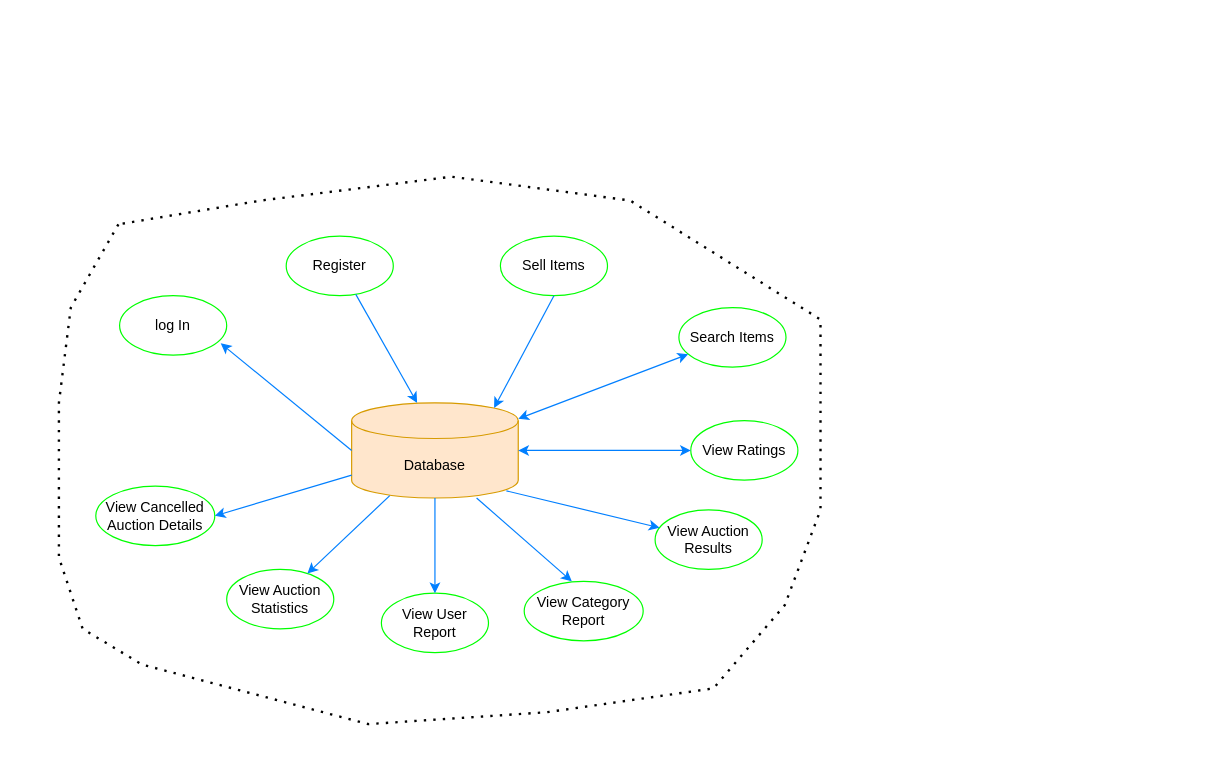
Before: IFD_BuzzBid.drawio in jobanyv9/6400_DatbaseDesign, a draw.io diagram. Source tidied: cells renumbered, new cells numbered last; positions are measured from the earlier drawing's top-left corner, leaving out a move shared by most shapes. Both pictures are drawn from the tidied source at 119%, with x=0, y=0 at pixel (58, 176).
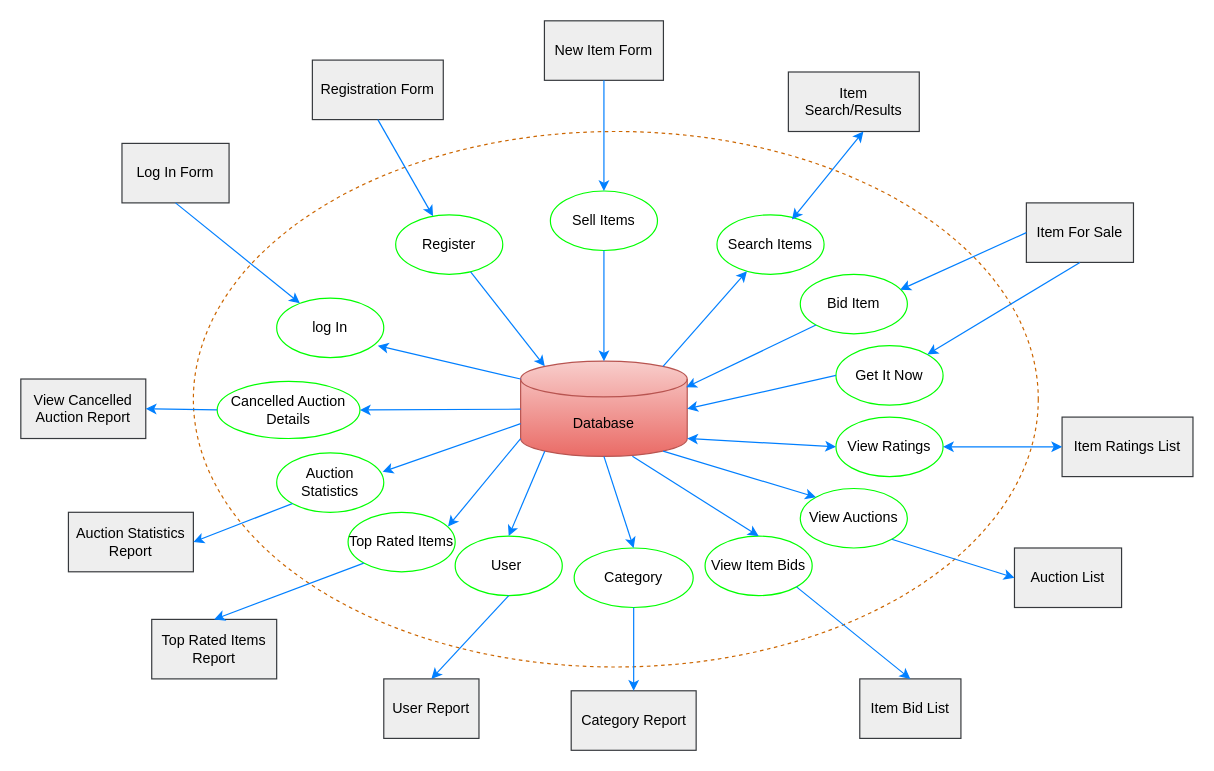
The same page after the edit.

Diff of the diagram source:
```diff
@@
-<mxGraphModel>
+<mxGraphModel background="#ffffff">
@@
+    <mxCell id="24" style="ellipse;whiteSpace=wrap;html=1;fillStyle=hatch;shadow=0;dashed=1;strokeColor=#CC6600;fillColor=none;backgroundOutline=0;" parent="1" vertex="1">
+      <mxGeometry x="113" y="-38" width="710" height="450" as="geometry" />
+    </mxCell>
-    <mxCell id="2" value="Database" style="shape=cylinder3;whiteSpace=wrap;html=1;boundedLbl=1;backgroundOutline=1;size=15;fillColor=#ffe6cc;strokeColor=#d79b00;gradientColor=none;" parent="1" vertex="1">
-      <mxGeometry x="246" y="190" width="140" height="80" as="geometry" />
+    <mxCell id="2" value="Database" style="shape=cylinder3;whiteSpace=wrap;html=1;boundedLbl=1;backgroundOutline=1;size=15;fillColor=#f8cecc;strokeColor=#b85450;gradientColor=#ea6b66;" parent="1" vertex="1">
+      <mxGeometry x="388" y="155" width="140" height="80" as="geometry" />
     </mxCell>
     <mxCell id="3" value="log In" style="ellipse;whiteSpace=wrap;html=1;strokeColor=#00FF00;" parent="1" vertex="1">
-      <mxGeometry x="51" y="100" width="90" height="50" as="geometry" />
+      <mxGeometry x="183" y="102" width="90" height="50" as="geometry" />
     </mxCell>
-    <mxCell id="4" style="endArrow=classic;html=1;rounded=0;entryX=0.944;entryY=0.8;entryDx=0;entryDy=0;entryPerimeter=0;exitX=0;exitY=0.5;exitDx=0;exitDy=0;exitPerimeter=0;curved=0;strokeColor=#007FFF;" parent="1" edge="1" source="2" target="3">
+    <mxCell id="4" style="endArrow=classic;html=1;rounded=0;entryX=0.944;entryY=0.8;entryDx=0;entryDy=0;entryPerimeter=0;exitX=0;exitY=0;exitDx=0;exitDy=15;exitPerimeter=0;curved=0;strokeColor=#007FFF;" parent="1" edge="1" source="2" target="3">
       <mxGeometry relative="1" as="geometry" />
     </mxCell>
     <mxCell id="5" value="Register" style="ellipse;whiteSpace=wrap;html=1;strokeColor=#00FF00;" parent="1" vertex="1">
-      <mxGeometry x="191" y="50" width="90" height="50" as="geometry" />
+      <mxGeometry x="283" y="32" width="90" height="50" as="geometry" />
     </mxCell>
     <mxCell id="6" value="Sell Items" style="ellipse;whiteSpace=wrap;html=1;strokeColor=#00FF00;" parent="1" vertex="1">
-      <mxGeometry x="371" y="50" width="90" height="50" as="geometry" />
+      <mxGeometry x="413" y="12" width="90" height="50" as="geometry" />
     </mxCell>
     <mxCell id="7" value="Search Items" style="ellipse;whiteSpace=wrap;html=1;strokeColor=#00FF00;" parent="1" vertex="1">
-      <mxGeometry x="521" y="110" width="90" height="50" as="geometry" />
+      <mxGeometry x="553" y="32" width="90" height="50" as="geometry" />
     </mxCell>
     <mxCell id="8" value="View Ratings" style="ellipse;whiteSpace=wrap;html=1;strokeColor=#00FF00;" parent="1" vertex="1">
-      <mxGeometry x="531" y="205" width="90" height="50" as="geometry" />
+      <mxGeometry x="653" y="202" width="90" height="50" as="geometry" />
     </mxCell>
-    <mxCell id="9" value="View Auction &lt;br&gt;Results" style="ellipse;whiteSpace=wrap;html=1;strokeColor=#00FF00;" parent="1" vertex="1">
-      <mxGeometry x="501" y="280" width="90" height="50" as="geometry" />
+    <mxCell id="9" value="View Auctions" style="ellipse;whiteSpace=wrap;html=1;strokeColor=#00FF00;" parent="1" vertex="1">
+      <mxGeometry x="623" y="262" width="90" height="50" as="geometry" />
     </mxCell>
-    <mxCell id="10" value="View Category Report" style="ellipse;whiteSpace=wrap;html=1;strokeColor=#00FF00;" parent="1" vertex="1">
-      <mxGeometry x="391" y="340" width="100" height="50" as="geometry" />
+    <mxCell id="10" value="Category" style="ellipse;whiteSpace=wrap;html=1;strokeColor=#00FF00;" parent="1" vertex="1">
+      <mxGeometry x="433" y="312" width="100" height="50" as="geometry" />
     </mxCell>
-    <mxCell id="11" value="View User Report" style="ellipse;whiteSpace=wrap;html=1;strokeColor=#00FF00;" parent="1" vertex="1">
-      <mxGeometry x="271" y="350" width="90" height="50" as="geometry" />
+    <mxCell id="11" value="User&amp;nbsp;" style="ellipse;whiteSpace=wrap;html=1;strokeColor=#00FF00;" parent="1" vertex="1">
+      <mxGeometry x="333" y="302" width="90" height="50" as="geometry" />
     </mxCell>
-    <mxCell id="12" value="View Auction Statistics" style="ellipse;whiteSpace=wrap;html=1;strokeColor=#00FF00;" parent="1" vertex="1">
-      <mxGeometry x="141" y="330" width="90" height="50" as="geometry" />
+    <mxCell id="12" value="Top Rated Items" style="ellipse;whiteSpace=wrap;html=1;strokeColor=#00FF00;" parent="1" vertex="1">
+      <mxGeometry x="243" y="282" width="90" height="50" as="geometry" />
     </mxCell>
-    <mxCell id="13" value="View Cancelled Auction Details" style="ellipse;whiteSpace=wrap;html=1;strokeColor=#00FF00;" parent="1" vertex="1">
-      <mxGeometry x="31" y="260" width="100" height="50" as="geometry" />
+    <mxCell id="13" value="Cancelled Auction Details" style="ellipse;whiteSpace=wrap;html=1;strokeColor=#00FF00;" parent="1" vertex="1">
+      <mxGeometry x="133" y="172" width="120" height="48" as="geometry" />
     </mxCell>
-    <mxCell id="14" style="endArrow=classic;html=1;rounded=0;strokeColor=#007FFF;entryX=0.35;entryY=-0.062;entryDx=0;entryDy=0;entryPerimeter=0;" parent="1" edge="1" source="5">
-      <mxGeometry relative="1" as="geometry">
-        <mxPoint x="301" y="190" as="targetPoint" />
-      </mxGeometry>
+    <mxCell id="14" style="endArrow=classic;html=1;rounded=0;strokeColor=#007FFF;entryX=0.145;entryY=0;entryDx=0;entryDy=4.35;entryPerimeter=0;" parent="1" edge="1" source="5" target="2">
+      <mxGeometry relative="1" as="geometry" />
     </mxCell>
-    <mxCell id="15" style="endArrow=classic;html=1;rounded=0;exitX=0.5;exitY=1;exitDx=0;exitDy=0;curved=0;strokeColor=#007FFF;entryX=0.855;entryY=0;entryDx=0;entryDy=4.35;entryPerimeter=0;" parent="1" edge="1" source="6" target="2">
+    <mxCell id="15" style="endArrow=classic;html=1;rounded=0;exitX=0.5;exitY=1;exitDx=0;exitDy=0;curved=0;strokeColor=#007FFF;entryX=0.5;entryY=0;entryDx=0;entryDy=0;entryPerimeter=0;" parent="1" edge="1" source="6" target="2">
       <mxGeometry relative="1" as="geometry" />
     </mxCell>
-    <mxCell id="16" style="endArrow=classic;startArrow=classic;html=1;rounded=0;strokeColor=#007FFF;" parent="1" edge="1" source="2" target="7">
-      <mxGeometry relative="1" as="geometry" />
-    </mxCell>
-    <mxCell id="17" style="endArrow=classic;startArrow=classic;html=1;rounded=0;strokeColor=#007FFF;" parent="1" edge="1" source="2" target="8">
-      <mxGeometry relative="1" as="geometry" />
-    </mxCell>
-    <mxCell id="18" style="endArrow=classic;html=1;rounded=0;exitX=0.929;exitY=0.925;exitDx=0;exitDy=0;exitPerimeter=0;strokeColor=#007FFF;" parent="1" edge="1" source="2" target="9">
+    <mxCell id="18" style="endArrow=classic;html=1;rounded=0;exitX=0.855;exitY=1;exitDx=0;exitDy=-4.35;exitPerimeter=0;strokeColor=#007FFF;entryX=0;entryY=0;entryDx=0;entryDy=0;" parent="1" edge="1" source="2" target="9">
       <mxGeometry relative="1" as="geometry" />
     </mxCell>
-    <mxCell id="19" style="endArrow=classic;html=1;rounded=0;exitX=0.75;exitY=1;exitDx=0;exitDy=0;exitPerimeter=0;strokeColor=#007FFF;entryX=0.4;entryY=0;entryDx=0;entryDy=0;entryPerimeter=0;" parent="1" edge="1" source="2" target="10">
+    <mxCell id="19" style="endArrow=classic;html=1;rounded=0;exitX=0.5;exitY=1;exitDx=0;exitDy=0;exitPerimeter=0;strokeColor=#007FFF;entryX=0.5;entryY=0;entryDx=0;entryDy=0;" parent="1" edge="1" source="2" target="10">
       <mxGeometry relative="1" as="geometry" />
     </mxCell>
-    <mxCell id="20" style="endArrow=classic;html=1;rounded=0;strokeColor=#007FFF;entryX=0.5;entryY=0;entryDx=0;entryDy=0;" parent="1" edge="1" source="2" target="11">
+    <mxCell id="20" style="endArrow=classic;html=1;rounded=0;strokeColor=#007FFF;entryX=0.5;entryY=0;entryDx=0;entryDy=0;exitX=0.145;exitY=1;exitDx=0;exitDy=-4.35;exitPerimeter=0;" parent="1" edge="1" source="2" target="11">
       <mxGeometry relative="1" as="geometry" />
     </mxCell>
+    <mxCell id="22" style="endArrow=classic;html=1;rounded=0;strokeColor=#007FFF;entryX=1;entryY=0.5;entryDx=0;entryDy=0;" parent="1" edge="1" source="2" target="13">
+      <mxGeometry relative="1" as="geometry" />
+    </mxCell>
+    <mxCell id="25" value="Log In Form" style="rounded=0;whiteSpace=wrap;html=1;fillColor=#eeeeee;strokeColor=#36393d;" parent="1" vertex="1">
+      <mxGeometry x="53" y="-28" width="90" height="50" as="geometry" />
+    </mxCell>
+    <mxCell id="26" style="endArrow=classic;html=1;rounded=0;exitX=0.5;exitY=1;exitDx=0;exitDy=0;strokeColor=#007FFF;" parent="1" edge="1" source="25" target="3">
+      <mxGeometry relative="1" as="geometry" />
+    </mxCell>
+    <mxCell id="27" value="Registration Form" style="rounded=0;whiteSpace=wrap;html=1;fillColor=#eeeeee;strokeColor=#36393d;" parent="1" vertex="1">
+      <mxGeometry x="213" y="-98" width="110" height="50" as="geometry" />
+    </mxCell>
+    <mxCell id="28" style="endArrow=classic;html=1;rounded=0;exitX=0.5;exitY=1;exitDx=0;exitDy=0;strokeColor=#007FFF;" parent="1" edge="1" source="27" target="5">
+      <mxGeometry relative="1" as="geometry" />
+    </mxCell>
+    <mxCell id="29" value="New Item Form" style="rounded=0;whiteSpace=wrap;html=1;fillColor=#eeeeee;strokeColor=#36393d;" parent="1" vertex="1">
+      <mxGeometry x="408" y="-131" width="100" height="50" as="geometry" />
+    </mxCell>
+    <mxCell id="30" style="endArrow=classic;html=1;rounded=0;exitX=0.5;exitY=1;exitDx=0;exitDy=0;strokeColor=#007FFF;entryX=0.5;entryY=0;entryDx=0;entryDy=0;" parent="1" edge="1" source="29" target="6">
+      <mxGeometry relative="1" as="geometry" />
+    </mxCell>
+    <mxCell id="31" value="Item Search/Results" style="rounded=0;whiteSpace=wrap;html=1;fillColor=#eeeeee;strokeColor=#36393d;" parent="1" vertex="1">
+      <mxGeometry x="613" y="-88" width="110" height="50" as="geometry" />
+    </mxCell>
+    <mxCell id="32" value="Item For Sale" style="rounded=0;whiteSpace=wrap;html=1;fillColor=#eeeeee;strokeColor=#36393d;" parent="1" vertex="1">
+      <mxGeometry x="813" y="22" width="90" height="50" as="geometry" />
+    </mxCell>
+    <mxCell id="16" style="endArrow=classic;html=1;rounded=0;exitX=0.855;exitY=0;exitDx=0;exitDy=4.35;exitPerimeter=0;curved=0;strokeColor=#007FFF;" parent="1" edge="1" source="2" target="7">
+      <mxGeometry relative="1" as="geometry" />
+    </mxCell>
+    <mxCell id="33" style="endArrow=classic;startArrow=classic;html=1;rounded=0;entryX=0.573;entryY=1;entryDx=0;entryDy=0;entryPerimeter=0;exitX=0.7;exitY=0.08;exitDx=0;exitDy=0;exitPerimeter=0;strokeColor=#007FFF;" parent="1" edge="1" source="7" target="31">
+      <mxGeometry relative="1" as="geometry" />
+    </mxCell>
+    <mxCell id="34" value="Bid Item" style="ellipse;whiteSpace=wrap;html=1;strokeColor=#00FF00;" parent="1" vertex="1">
+      <mxGeometry x="623" y="82" width="90" height="50" as="geometry" />
+    </mxCell>
-    <mxCell id="21" style="endArrow=classic;html=1;rounded=0;strokeColor=#007FFF;exitX=0.229;exitY=0.975;exitDx=0;exitDy=0;exitPerimeter=0;" parent="1" edge="1" source="2" target="12">
+    <mxCell id="21" style="endArrow=classic;html=1;rounded=0;strokeColor=#007FFF;entryX=0.933;entryY=0.24;entryDx=0;entryDy=0;entryPerimeter=0;exitX=0;exitY=1;exitDx=0;exitDy=-15;exitPerimeter=0;" parent="1" edge="1" source="2" target="12">
       <mxGeometry relative="1" as="geometry" />
     </mxCell>
-    <mxCell id="22" style="endArrow=classic;html=1;rounded=0;strokeColor=#007FFF;entryX=1;entryY=0.5;entryDx=0;entryDy=0;" parent="1" edge="1" source="2" target="13">
-      <mxGeometry relative="1" as="geometry" />
-    </mxCell>
-    <mxCell id="23" style="endArrow=none;dashed=1;html=1;dashPattern=1 3;strokeWidth=2;rounded=0;" parent="1" edge="1">
-      <mxGeometry relative="1" as="geometry">
-        <mxPoint x="50" y="40" as="sourcePoint" />
-        <mxPoint x="50" y="40" as="targetPoint" />
-        <Array as="points">
-          <mxPoint x="10" y="110" />
-          <mxPoint y="190" />
-          <mxPoint y="320" />
-          <mxPoint x="20" y="380" />
-          <mxPoint x="70" y="410" />
-          <mxPoint x="260" y="460" />
-          <mxPoint x="410" y="450" />
-          <mxPoint x="550" y="430" />
-          <mxPoint x="610" y="360" />
-          <mxPoint x="640" y="280" />
-          <mxPoint x="640" y="120" />
-          <mxPoint x="480" y="20" />
-          <mxPoint x="330" />
-          <mxPoint x="170" y="20" />
-        </Array>
-      </mxGeometry>
-    </mxCell>
+    <mxCell id="17" style="endArrow=classic;startArrow=classic;html=1;rounded=0;exitX=1;exitY=1;exitDx=0;exitDy=-15;exitPerimeter=0;entryX=0;entryY=0.5;entryDx=0;entryDy=0;strokeColor=#007FFF;" parent="1" edge="1" source="2" target="8">
+      <mxGeometry relative="1" as="geometry" />
+    </mxCell>
+    <mxCell id="35" value="Get It Now" style="ellipse;whiteSpace=wrap;html=1;strokeColor=#00FF00;" parent="1" vertex="1">
+      <mxGeometry x="653" y="142" width="90" height="50" as="geometry" />
+    </mxCell>
+    <mxCell id="36" style="endArrow=classic;html=1;rounded=0;entryX=0.933;entryY=0.26;entryDx=0;entryDy=0;entryPerimeter=0;exitX=0;exitY=0.5;exitDx=0;exitDy=0;strokeColor=#007FFF;" parent="1" edge="1" source="32" target="34">
+      <mxGeometry relative="1" as="geometry" />
+    </mxCell>
+    <mxCell id="37" style="endArrow=classic;html=1;rounded=0;entryX=0.993;entryY=0.275;entryDx=0;entryDy=0;entryPerimeter=0;exitX=0;exitY=1;exitDx=0;exitDy=0;strokeColor=#007FFF;" parent="1" edge="1" source="34" target="2">
+      <mxGeometry relative="1" as="geometry" />
+    </mxCell>
+    <mxCell id="38" style="endArrow=classic;html=1;rounded=0;entryX=1;entryY=0.5;entryDx=0;entryDy=0;entryPerimeter=0;exitX=0;exitY=0.5;exitDx=0;exitDy=0;strokeColor=#007FFF;" parent="1" edge="1" source="35" target="2">
+      <mxGeometry relative="1" as="geometry" />
+    </mxCell>
+    <mxCell id="39" style="endArrow=classic;html=1;rounded=0;entryX=1;entryY=0;entryDx=0;entryDy=0;exitX=0.5;exitY=1;exitDx=0;exitDy=0;strokeColor=#007FFF;" parent="1" edge="1" source="32" target="35">
+      <mxGeometry relative="1" as="geometry" />
+    </mxCell>
+    <mxCell id="40" value="Item Ratings List" style="rounded=0;whiteSpace=wrap;html=1;fillColor=#eeeeee;strokeColor=#36393d;" parent="1" vertex="1">
+      <mxGeometry x="843" y="202" width="110" height="50" as="geometry" />
+    </mxCell>
+    <mxCell id="41" style="endArrow=classic;startArrow=classic;html=1;rounded=0;entryX=0;entryY=0.5;entryDx=0;entryDy=0;exitX=1;exitY=0.5;exitDx=0;exitDy=0;strokeColor=#007FFF;" parent="1" edge="1" source="8" target="40">
+      <mxGeometry relative="1" as="geometry" />
+    </mxCell>
+    <mxCell id="42" value="Auction List" style="rounded=0;whiteSpace=wrap;html=1;fillColor=#eeeeee;strokeColor=#36393d;" parent="1" vertex="1">
+      <mxGeometry x="803" y="312" width="90" height="50" as="geometry" />
+    </mxCell>
+    <mxCell id="43" style="endArrow=classic;html=1;rounded=0;exitX=1;exitY=1;exitDx=0;exitDy=0;strokeColor=#007FFF;entryX=0;entryY=0.5;entryDx=0;entryDy=0;" parent="1" edge="1" source="9" target="42">
+      <mxGeometry relative="1" as="geometry" />
+    </mxCell>
+    <mxCell id="44" value="View Item Bids" style="ellipse;whiteSpace=wrap;html=1;strokeColor=#00FF00;" parent="1" vertex="1">
+      <mxGeometry x="543" y="302" width="90" height="50" as="geometry" />
+    </mxCell>
+    <mxCell id="45" value="Item Bid List" style="rounded=0;whiteSpace=wrap;html=1;fillColor=#eeeeee;strokeColor=#36393d;" parent="1" vertex="1">
+      <mxGeometry x="673" y="422" width="85" height="50" as="geometry" />
+    </mxCell>
+    <mxCell id="46" style="endArrow=classic;html=1;rounded=0;exitX=1;exitY=1;exitDx=0;exitDy=0;strokeColor=#007FFF;entryX=0.5;entryY=0;entryDx=0;entryDy=0;" parent="1" edge="1" source="44" target="45">
+      <mxGeometry relative="1" as="geometry" />
+    </mxCell>
+    <mxCell id="47" style="endArrow=classic;html=1;rounded=0;exitX=0.671;exitY=1;exitDx=0;exitDy=0;strokeColor=#007FFF;entryX=0.5;entryY=0;entryDx=0;entryDy=0;exitPerimeter=0;" parent="1" edge="1" source="2" target="44">
+      <mxGeometry relative="1" as="geometry" />
+    </mxCell>
+    <mxCell id="48" value="Category Report" style="rounded=0;whiteSpace=wrap;html=1;fillColor=#eeeeee;strokeColor=#36393d;" parent="1" vertex="1">
+      <mxGeometry x="430.5" y="432" width="105" height="50" as="geometry" />
+    </mxCell>
+    <mxCell id="49" style="endArrow=classic;html=1;rounded=0;exitX=0.5;exitY=1;exitDx=0;exitDy=0;strokeColor=#007FFF;entryX=0.5;entryY=0;entryDx=0;entryDy=0;" parent="1" edge="1" source="10" target="48">
+      <mxGeometry relative="1" as="geometry" />
+    </mxCell>
+    <mxCell id="50" value="User Report" style="rounded=0;whiteSpace=wrap;html=1;fillColor=#eeeeee;strokeColor=#36393d;" parent="1" vertex="1">
+      <mxGeometry x="273" y="422" width="80" height="50" as="geometry" />
+    </mxCell>
+    <mxCell id="51" style="endArrow=classic;html=1;rounded=0;exitX=0.5;exitY=1;exitDx=0;exitDy=0;strokeColor=#007FFF;entryX=0.5;entryY=0;entryDx=0;entryDy=0;" parent="1" edge="1" source="11" target="50">
+      <mxGeometry relative="1" as="geometry" />
+    </mxCell>
+    <mxCell id="52" value="Top Rated Items Report" style="rounded=0;whiteSpace=wrap;html=1;fillColor=#eeeeee;strokeColor=#36393d;" parent="1" vertex="1">
+      <mxGeometry x="78" y="372" width="105" height="50" as="geometry" />
+    </mxCell>
+    <mxCell id="53" style="endArrow=classic;html=1;rounded=0;exitX=0;exitY=1;exitDx=0;exitDy=0;strokeColor=#007FFF;entryX=0.5;entryY=0;entryDx=0;entryDy=0;" parent="1" edge="1" source="12" target="52">
+      <mxGeometry relative="1" as="geometry" />
+    </mxCell>
+    <mxCell id="54" value="Auction Statistics" style="ellipse;whiteSpace=wrap;html=1;strokeColor=#00FF00;" parent="1" vertex="1">
+      <mxGeometry x="183" y="232" width="90" height="50" as="geometry" />
+    </mxCell>
+    <mxCell id="55" style="endArrow=classic;html=1;rounded=0;strokeColor=#007FFF;entryX=0.989;entryY=0.32;entryDx=0;entryDy=0;entryPerimeter=0;exitX=0;exitY=0;exitDx=0;exitDy=52.5;exitPerimeter=0;" parent="1" edge="1" source="2" target="54">
+      <mxGeometry relative="1" as="geometry" />
+    </mxCell>
+    <mxCell id="56" value="Auction Statistics Report" style="rounded=0;whiteSpace=wrap;html=1;fillColor=#eeeeee;strokeColor=#36393d;" parent="1" vertex="1">
+      <mxGeometry x="8" y="282" width="105" height="50" as="geometry" />
+    </mxCell>
+    <mxCell id="57" style="endArrow=classic;html=1;rounded=0;exitX=0;exitY=1;exitDx=0;exitDy=0;strokeColor=#007FFF;entryX=1;entryY=0.5;entryDx=0;entryDy=0;" parent="1" edge="1" source="54" target="56">
+      <mxGeometry relative="1" as="geometry" />
+    </mxCell>
+    <mxCell id="58" value="View Cancelled Auction Report" style="rounded=0;whiteSpace=wrap;html=1;fillColor=#eeeeee;strokeColor=#36393d;" parent="1" vertex="1">
+      <mxGeometry x="-32" y="170" width="105" height="50" as="geometry" />
+    </mxCell>
+    <mxCell id="59" style="endArrow=classic;html=1;rounded=0;exitX=0;exitY=0.5;exitDx=0;exitDy=0;strokeColor=#007FFF;entryX=1;entryY=0.5;entryDx=0;entryDy=0;" parent="1" edge="1" source="13" target="58">
+      <mxGeometry relative="1" as="geometry" />
+    </mxCell>
```
